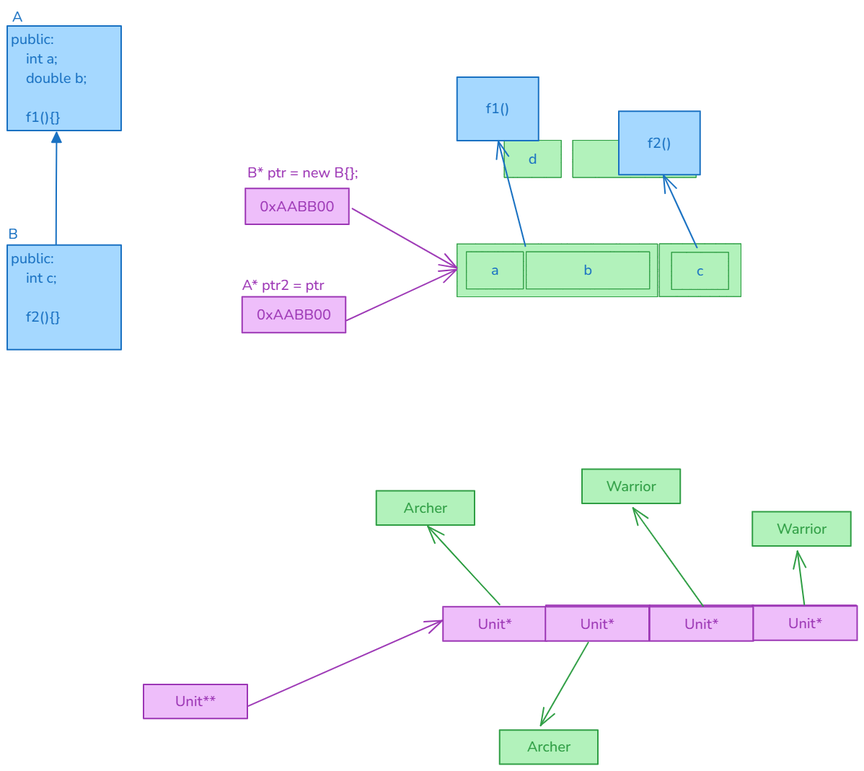
silvercodes/P42_cpp_oop keeps this Excalidraw diagram as img/12.virtual.excalidraw.png. Above is the earlier version. Source tidied: one line per element, renumbered; positions are measured from the earlier drawing's top-left corner, leaving out a move shared by most shapes.
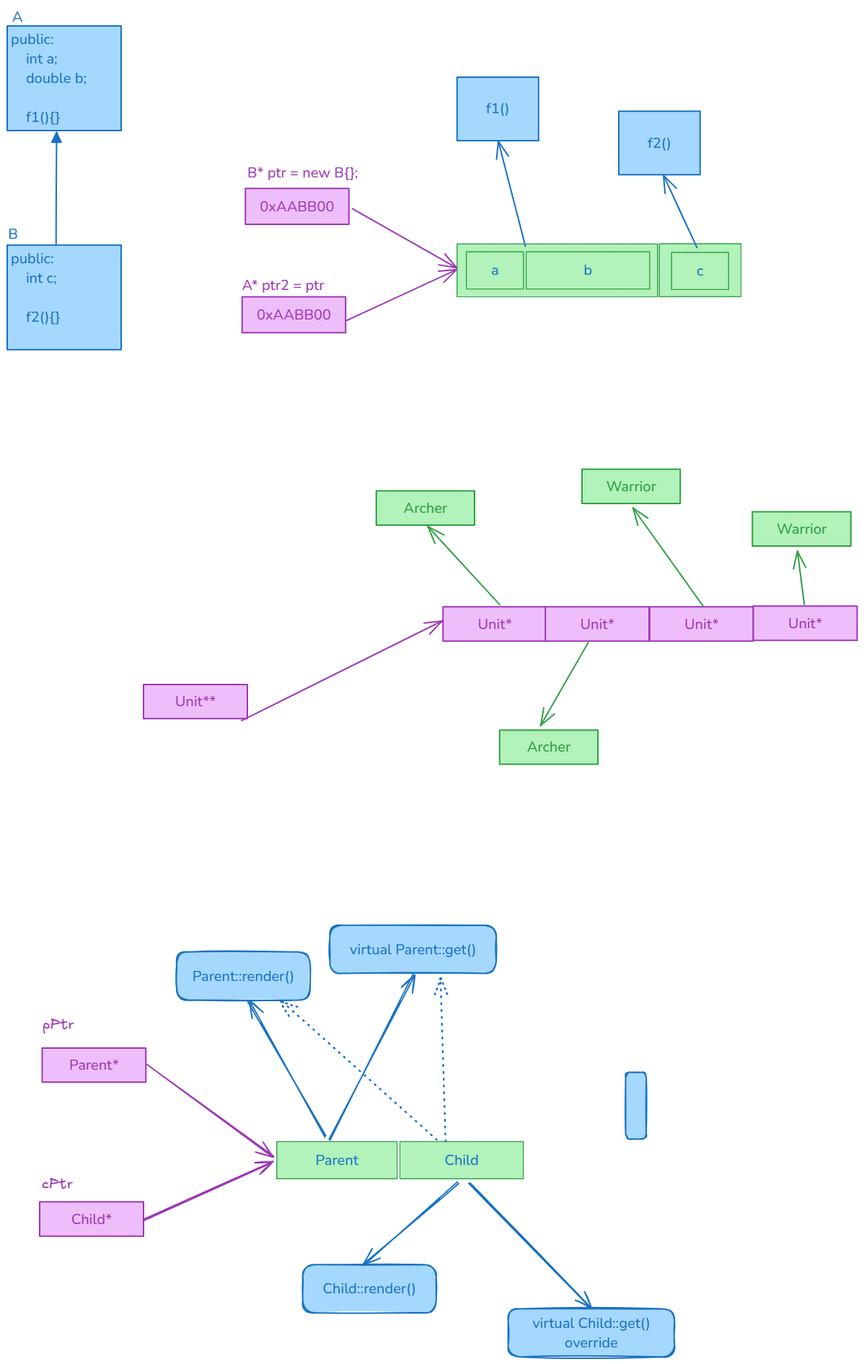
The same file after the commit.

The edit, as a diff of the source:
```diff
@@ -27,8 +27,8 @@
 {"id": 26, "type": "text", "text": "0xAABB00", "strokeColor": "#9c36b5", "backgroundColor": "#eebefa", "fillStyle": "solid", "strokeWidth": 2, "roughness": 0, "fontSize": 20, "fontFamily": 6, "textAlign": "center", "verticalAlign": "middle", "inside": 25, "x": 346, "y": 413, "width": 103, "height": 27}
 {"id": 27, "type": "arrow", "strokeColor": "#9c36b5", "backgroundColor": "#eebefa", "fillStyle": "solid", "strokeWidth": 2, "roughness": 0, "endArrowhead": "arrow", "round": true, "from": 25, "to": 4, "x": 471, "y": 434, "width": 153, "height": 70, "points": [[0, 0], [153, -70]]}
 {"id": 28, "type": "text", "text": "A* ptr2 = ptr", "strokeColor": "#9c36b5", "backgroundColor": "#eebefa", "fillStyle": "solid", "strokeWidth": 2, "roughness": 0, "fontSize": 20, "fontFamily": 6, "x": 325, "y": 371, "width": 114, "height": 27}
-{"id": 29, "type": "rectangle", "strokeColor": "#9c36b5", "backgroundColor": "#eebefa", "fillStyle": "solid", "strokeWidth": 2, "roughness": 0, "x": 189, "y": 939, "width": 144, "height": 47}
-{"id": 30, "type": "text", "text": "Unit**", "strokeColor": "#9c36b5", "backgroundColor": "#eebefa", "fillStyle": "solid", "strokeWidth": 2, "roughness": 0, "fontSize": 20, "fontFamily": 6, "textAlign": "center", "verticalAlign": "middle", "inside": 29, "x": 233, "y": 949, "width": 56, "height": 27}
+{"id": 52, "type": "rectangle", "strokeColor": "#9c36b5", "backgroundColor": "#eebefa", "fillStyle": "solid", "strokeWidth": 2, "roughness": 0, "x": 189, "y": 939, "width": 144, "height": 47}
+{"id": 53, "type": "text", "text": "Unit**", "strokeColor": "#9c36b5", "backgroundColor": "#eebefa", "fillStyle": "solid", "strokeWidth": 2, "roughness": 0, "fontSize": 20, "fontFamily": 6, "textAlign": "center", "verticalAlign": "middle", "inside": 52, "x": 233, "y": 949, "width": 56, "height": 27}
 {"id": 31, "type": "rectangle", "strokeColor": "#9c36b5", "backgroundColor": "#eebefa", "fillStyle": "solid", "strokeWidth": 2, "roughness": 0, "x": 604, "y": 831, "width": 144, "height": 47}
 {"id": 32, "type": "text", "text": "Unit*", "strokeColor": "#9c36b5", "backgroundColor": "#eebefa", "fillStyle": "solid", "strokeWidth": 2, "roughness": 0, "fontSize": 20, "fontFamily": 6, "textAlign": "center", "verticalAlign": "middle", "inside": 31, "x": 652, "y": 842, "width": 47, "height": 27}
 {"id": 33, "type": "rectangle", "strokeColor": "#9c36b5", "backgroundColor": "#eebefa", "fillStyle": "solid", "strokeWidth": 2, "roughness": 0, "x": 746, "y": 831, "width": 144, "height": 47}
@@ -37,7 +37,7 @@
 {"id": 36, "type": "text", "text": "Unit*", "strokeColor": "#9c36b5", "backgroundColor": "#eebefa", "fillStyle": "solid", "strokeWidth": 2, "roughness": 0, "fontSize": 20, "fontFamily": 6, "textAlign": "center", "verticalAlign": "middle", "inside": 35, "x": 939, "y": 842, "width": 47, "height": 27}
 {"id": 37, "type": "rectangle", "strokeColor": "#9c36b5", "backgroundColor": "#eebefa", "fillStyle": "solid", "strokeWidth": 2, "roughness": 0, "x": 1035, "y": 830, "width": 144, "height": 47}
 {"id": 38, "type": "text", "text": "Unit*", "strokeColor": "#9c36b5", "backgroundColor": "#eebefa", "fillStyle": "solid", "strokeWidth": 2, "roughness": 0, "fontSize": 20, "fontFamily": 6, "textAlign": "center", "verticalAlign": "middle", "inside": 37, "x": 1083, "y": 841, "width": 47, "height": 27}
-{"id": 39, "type": "arrow", "strokeColor": "#9c36b5", "backgroundColor": "#eebefa", "fillStyle": "solid", "strokeWidth": 2, "roughness": 0, "endArrowhead": "arrow", "round": true, "from": 29, "to": 31, "x": 334, "y": 969, "width": 269, "height": 118, "points": [[0, 0], [269, -118]]}
+{"id": 39, "type": "arrow", "strokeColor": "#9c36b5", "backgroundColor": "#eebefa", "fillStyle": "solid", "strokeWidth": 2, "roughness": 0, "endArrowhead": "arrow", "round": true, "from": 52, "to": 31, "x": 325, "y": 989, "width": 278, "height": 138, "points": [[0, 0], [278, -138]]}
 {"id": 40, "type": "rectangle", "strokeColor": "#2f9e44", "backgroundColor": "#b2f2bb", "fillStyle": "solid", "strokeWidth": 2, "roughness": 0, "x": 512, "y": 670, "width": 136, "height": 47}
 {"id": 41, "type": "text", "text": "Archer", "strokeColor": "#2f9e44", "backgroundColor": "#eebefa", "fillStyle": "solid", "strokeWidth": 2, "roughness": 0, "fontSize": 20, "fontFamily": 6, "textAlign": "center", "verticalAlign": "middle", "inside": 40, "x": 550, "y": 681, "width": 61, "height": 27}
 {"id": 42, "type": "rectangle", "strokeColor": "#2f9e44", "backgroundColor": "#b2f2bb", "fillStyle": "solid", "strokeWidth": 2, "roughness": 0, "x": 683, "y": 1002, "width": 136, "height": 47}
@@ -50,3 +50,29 @@
 {"id": 49, "type": "arrow", "strokeColor": "#2f9e44", "backgroundColor": "#b2f2bb", "fillStyle": "solid", "strokeWidth": 2, "roughness": 0, "endArrowhead": "arrow", "round": true, "from": 33, "to": 42, "x": 806, "y": 881, "width": 66, "height": 115, "points": [[0, 0], [-66, 115]]}
 {"id": 50, "type": "arrow", "strokeColor": "#2f9e44", "backgroundColor": "#b2f2bb", "fillStyle": "solid", "strokeWidth": 2, "roughness": 0, "endArrowhead": "arrow", "round": true, "from": 35, "to": 44, "x": 965, "y": 830, "width": 97, "height": 136, "points": [[0, 0], [-97, -136]]}
 {"id": 51, "type": "arrow", "strokeColor": "#2f9e44", "backgroundColor": "#b2f2bb", "fillStyle": "solid", "strokeWidth": 2, "roughness": 0, "endArrowhead": "arrow", "round": true, "from": 37, "to": 46, "x": 1105, "y": 828, "width": 10, "height": 74, "points": [[0, 0], [-10, -74]]}
+{"id": 54, "type": "rectangle", "strokeColor": "#2f9e44", "backgroundColor": "#b2f2bb", "fillStyle": "solid", "strokeWidth": 1, "roughness": 0, "x": 545, "y": 1573, "width": 171, "height": 52}
+{"id": 55, "type": "text", "text": "Child", "strokeColor": "#1971c2", "backgroundColor": "#ebfbee", "fillStyle": "solid", "strokeWidth": 1, "roughness": 0, "fontSize": 20, "fontFamily": 6, "textAlign": "center", "verticalAlign": "middle", "inside": 54, "x": 606, "y": 1585, "width": 47, "height": 27}
+{"id": 56, "type": "rectangle", "strokeColor": "#2f9e44", "backgroundColor": "#b2f2bb", "fillStyle": "solid", "strokeWidth": 1, "roughness": 0, "x": 374, "y": 1573, "width": 167, "height": 52}
+{"id": 57, "type": "text", "text": "Parent", "strokeColor": "#1971c2", "backgroundColor": "#ebfbee", "fillStyle": "solid", "strokeWidth": 1, "roughness": 0, "fontSize": 20, "fontFamily": 6, "textAlign": "center", "verticalAlign": "middle", "inside": 56, "x": 428, "y": 1585, "width": 59, "height": 27}
+{"id": 58, "type": "rectangle", "strokeColor": "#9c36b5", "backgroundColor": "#eebefa", "fillStyle": "solid", "strokeWidth": 2, "roughness": 0, "x": 48, "y": 1443, "width": 144, "height": 47}
+{"id": 59, "type": "text", "text": "Parent*", "strokeColor": "#9c36b5", "backgroundColor": "#eebefa", "fillStyle": "solid", "strokeWidth": 2, "roughness": 0, "fontSize": 20, "fontFamily": 6, "textAlign": "center", "verticalAlign": "middle", "inside": 58, "x": 86, "y": 1453, "width": 69, "height": 27}
+{"id": 29, "type": "rectangle", "strokeColor": "#9c36b5", "backgroundColor": "#eebefa", "fillStyle": "solid", "strokeWidth": 2, "roughness": 0, "x": 45, "y": 1656, "width": 144, "height": 47}
+{"id": 30, "type": "text", "text": "Child*", "strokeColor": "#9c36b5", "backgroundColor": "#eebefa", "fillStyle": "solid", "strokeWidth": 2, "roughness": 0, "fontSize": 20, "fontFamily": 6, "textAlign": "center", "verticalAlign": "middle", "inside": 29, "x": 89, "y": 1666, "width": 57, "height": 27}
+{"id": 60, "type": "arrow", "strokeColor": "#9c36b5", "strokeWidth": 2, "roughness": 1, "endArrowhead": "arrow", "round": true, "from": 58, "to": 56, "x": 194, "y": 1466, "width": 176, "height": 128, "points": [[0, 0], [176, 128]]}
+{"id": 61, "type": "arrow", "strokeColor": "#9c36b5", "strokeWidth": 2, "roughness": 1, "endArrowhead": "arrow", "round": true, "from": 29, "to": 56, "x": 190, "y": 1682, "width": 177, "height": 80, "points": [[0, 0], [177, -80]]}
+{"id": 62, "type": "text", "text": "pPtr", "strokeColor": "#9c36b5", "strokeWidth": 2, "roughness": 1, "fontSize": 20, "fontFamily": 5, "x": 49, "y": 1398, "width": 44, "height": 25}
+{"id": 63, "type": "text", "text": "cPtr", "strokeColor": "#9c36b5", "strokeWidth": 2, "roughness": 1, "fontSize": 20, "fontFamily": 5, "x": 48, "y": 1619, "width": 43, "height": 25}
+{"id": 64, "type": "rectangle", "strokeColor": "#1971c2", "backgroundColor": "#a5d8ff", "fillStyle": "solid", "strokeWidth": 2, "roughness": 1, "round": true, "x": 235, "y": 1310, "width": 185, "height": 67}
+{"id": 65, "type": "text", "text": "Parent::render()", "strokeColor": "#1971c2", "backgroundColor": "#a5d8ff", "fillStyle": "solid", "strokeWidth": 2, "roughness": 1, "fontSize": 20, "fontFamily": 6, "textAlign": "center", "verticalAlign": "middle", "inside": 64, "x": 257, "y": 1330, "width": 142, "height": 27}
+{"id": 66, "type": "rectangle", "strokeColor": "#1971c2", "backgroundColor": "#a5d8ff", "fillStyle": "solid", "strokeWidth": 2, "roughness": 1, "round": true, "x": 447, "y": 1273, "width": 231, "height": 67}
+{"id": 67, "type": "text", "text": "virtual Parent::get()", "strokeColor": "#1971c2", "backgroundColor": "#a5d8ff", "fillStyle": "solid", "strokeWidth": 2, "roughness": 1, "fontSize": 20, "fontFamily": 6, "textAlign": "center", "verticalAlign": "middle", "inside": 66, "x": 475, "y": 1293, "width": 175, "height": 27}
+{"id": 68, "type": "arrow", "strokeColor": "#1971c2", "backgroundColor": "#a5d8ff", "fillStyle": "solid", "strokeWidth": 2, "roughness": 1, "endArrowhead": "arrow", "round": true, "from": 56, "to": 64, "x": 441, "y": 1566, "width": 106, "height": 188, "points": [[0, 0], [-106, -188]]}
+{"id": 69, "type": "arrow", "strokeColor": "#1971c2", "backgroundColor": "#a5d8ff", "fillStyle": "solid", "strokeWidth": 2, "roughness": 1, "endArrowhead": "arrow", "round": true, "from": 56, "to": 66, "x": 448, "y": 1571, "width": 116, "height": 230, "points": [[0, 0], [116, -230]]}
+{"id": 70, "type": "rectangle", "strokeColor": "#1971c2", "backgroundColor": "#a5d8ff", "fillStyle": "solid", "strokeWidth": 2, "roughness": 1, "round": true, "x": 410, "y": 1743, "width": 185, "height": 67}
+{"id": 71, "type": "text", "text": "Child::render()", "strokeColor": "#1971c2", "backgroundColor": "#a5d8ff", "fillStyle": "solid", "strokeWidth": 2, "roughness": 1, "fontSize": 20, "fontFamily": 6, "textAlign": "center", "verticalAlign": "middle", "inside": 70, "x": 438, "y": 1763, "width": 129, "height": 27}
+{"id": 72, "type": "rectangle", "strokeColor": "#1971c2", "backgroundColor": "#a5d8ff", "fillStyle": "solid", "strokeWidth": 2, "roughness": 1, "round": true, "x": 695, "y": 1805, "width": 231, "height": 67}
+{"id": 73, "type": "text", "text": "virtual Child::get()\noverride", "strokeColor": "#1971c2", "backgroundColor": "#a5d8ff", "fillStyle": "solid", "strokeWidth": 2, "roughness": 1, "fontSize": 20, "fontFamily": 6, "textAlign": "center", "verticalAlign": "middle", "inside": 72, "x": 728, "y": 1811, "width": 163, "height": 54}
+{"id": 74, "type": "arrow", "strokeColor": "#1971c2", "backgroundColor": "#a5d8ff", "fillStyle": "solid", "strokeWidth": 2, "roughness": 1, "endArrowhead": "arrow", "round": true, "from": 54, "to": 70, "x": 625, "y": 1630, "width": 131, "height": 114, "points": [[0, 0], [-131, 114]]}
+{"id": 75, "type": "arrow", "strokeColor": "#1971c2", "backgroundColor": "#a5d8ff", "fillStyle": "solid", "strokeWidth": 2, "roughness": 1, "endArrowhead": "arrow", "round": true, "from": 54, "to": 72, "x": 640, "y": 1630, "width": 168, "height": 173, "points": [[0, 0], [168, 173]]}
+{"id": 76, "type": "arrow", "strokeColor": "#1971c2", "backgroundColor": "#a5d8ff", "fillStyle": "solid", "strokeWidth": 2, "strokeStyle": "dotted", "roughness": 1, "endArrowhead": "arrow", "round": true, "from": 54, "to": 64, "x": 595, "y": 1571, "width": 217, "height": 193, "points": [[0, 0], [-217, -193]]}
+{"id": 77, "type": "arrow", "strokeColor": "#1971c2", "backgroundColor": "#a5d8ff", "fillStyle": "solid", "strokeWidth": 2, "strokeStyle": "dotted", "roughness": 1, "endArrowhead": "arrow", "round": true, "from": 54, "to": 66, "x": 608, "y": 1572, "width": 7, "height": 228, "points": [[0, 0], [-7, -228]]}
```
